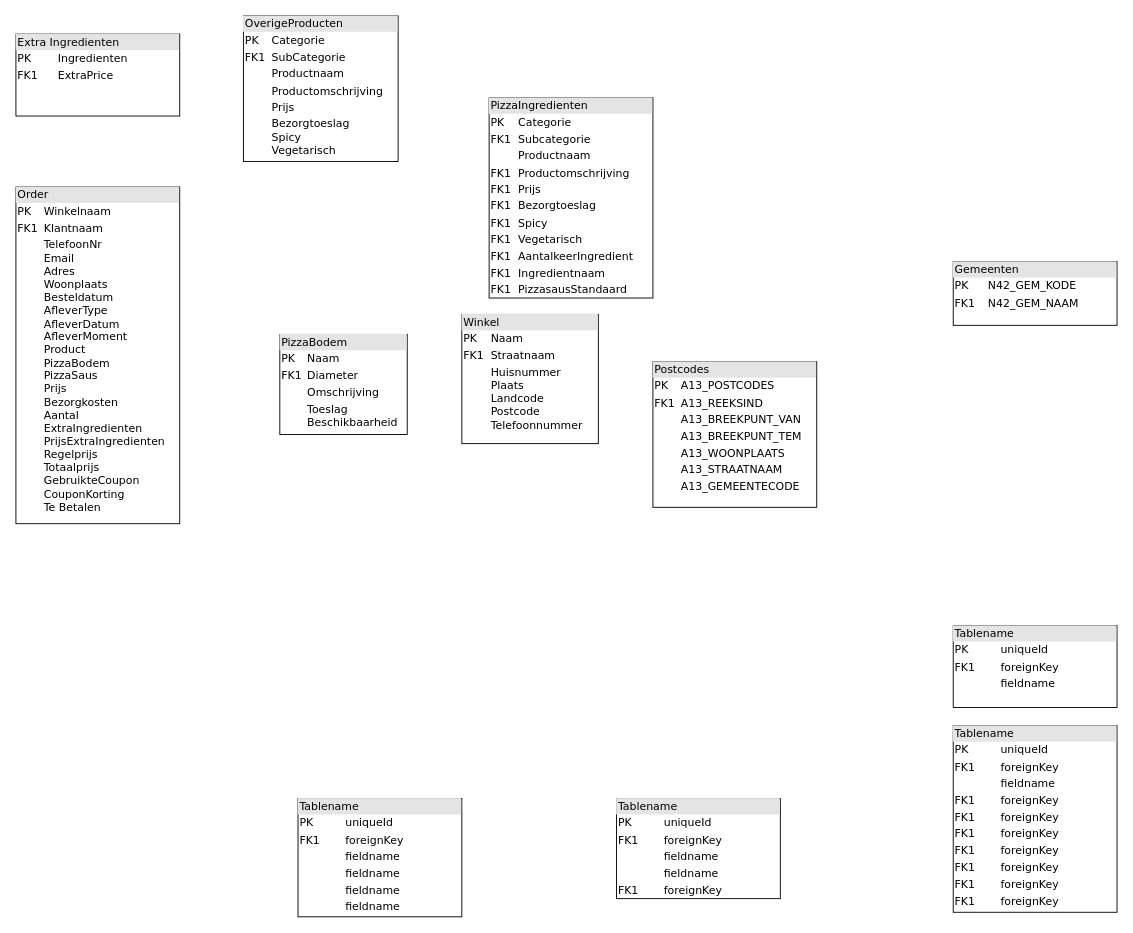
Above: DBO_huidige_situatie.drawio in SlatanEnLexSemester4/Mario-Pizza-Case (draw.io), before the change. Source tidied: cells renumbered, new cells numbered last; positions are measured from the earlier drawing's top-left corner, leaving out a move shared by most shapes. Both pictures are drawn from the tidied source at 91%, with x=0, y=0 at pixel (15, 15).
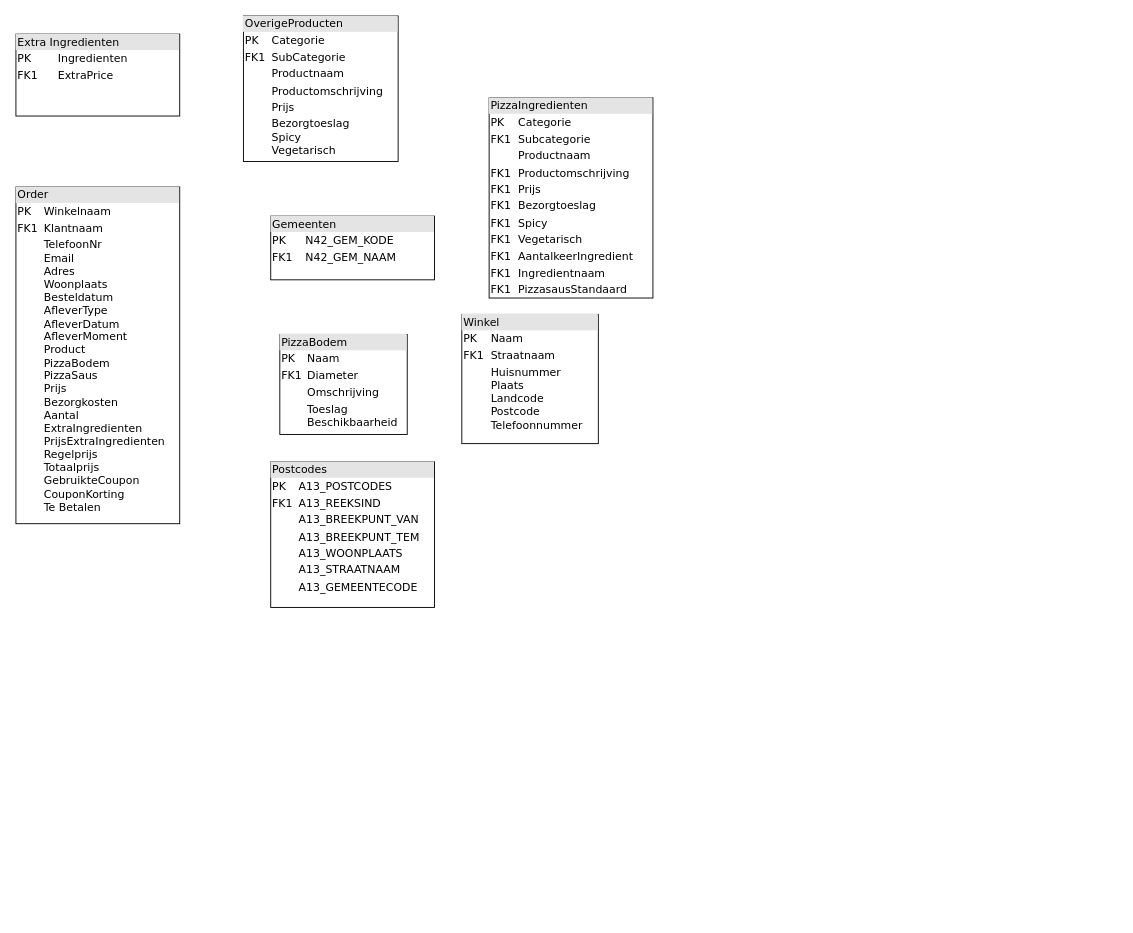
The same page after the edit.

What changed in the source:
```diff
@@
 <mxGraphModel background="#ffffff">
   <root>
     <mxCell id="0" />
     <mxCell id="1" parent="0" />
     <mxCell id="2" value="&lt;div style=&quot;box-sizing: border-box ; width: 100% ; background: #e4e4e4 ; padding: 2px&quot;&gt;Order&lt;/div&gt;&lt;table style=&quot;width: 100% ; font-size: 1em&quot; cellspacing=&quot;0&quot; cellpadding=&quot;2&quot;&gt;&lt;tbody&gt;&lt;tr&gt;&lt;td&gt;PK&lt;/td&gt;&lt;td&gt;Winkelnaam&lt;br&gt;&lt;/td&gt;&lt;/tr&gt;&lt;tr&gt;&lt;td&gt;FK1&lt;/td&gt;&lt;td&gt;Klantnaam&lt;br&gt;&lt;/td&gt;&lt;/tr&gt;&lt;tr&gt;&lt;td&gt;&lt;br&gt;&lt;/td&gt;&lt;td&gt;TelefoonNr&lt;br&gt;Email&lt;br&gt;Adres&lt;br&gt;Woonplaats&lt;br&gt;Besteldatum&lt;br&gt;AfleverType&lt;br&gt;AfleverDatum&lt;br&gt;AfleverMoment&lt;br&gt;Product&lt;br&gt;PizzaBodem&lt;br&gt;PizzaSaus&lt;br&gt;Prijs&lt;br&gt;Bezorgkosten&lt;br&gt;Aantal&lt;br&gt;ExtraIngredienten&lt;br&gt;PrijsExtraIngredienten&lt;br&gt;Regelprijs&lt;br&gt;Totaalprijs&lt;br&gt;GebruikteCoupon&lt;br&gt;CouponKorting&lt;br&gt;Te Betalen&lt;br&gt;&lt;br&gt;&lt;br&gt;&lt;br&gt;&lt;/td&gt;&lt;/tr&gt;&lt;/tbody&gt;&lt;/table&gt;" style="verticalAlign=top;align=left;overflow=fill;html=1;rounded=0;shadow=0;comic=0;labelBackgroundColor=none;strokeWidth=1;fontFamily=Verdana;fontSize=12;" parent="1" vertex="1">
       <mxGeometry y="188" width="180" height="370" as="geometry" />
     </mxCell>
     <mxCell id="3" value="&lt;div style=&quot;box-sizing: border-box ; width: 100% ; background: #e4e4e4 ; padding: 2px&quot;&gt;OverigeProducten&lt;br&gt;&lt;/div&gt;&lt;table style=&quot;width: 100% ; font-size: 1em&quot; cellspacing=&quot;0&quot; cellpadding=&quot;2&quot;&gt;&lt;tbody&gt;&lt;tr&gt;&lt;td&gt;PK&lt;/td&gt;&lt;td&gt;Categorie&lt;br&gt;&lt;/td&gt;&lt;/tr&gt;&lt;tr&gt;&lt;td&gt;FK1&lt;/td&gt;&lt;td&gt;SubCategorie&lt;br&gt;&lt;/td&gt;&lt;/tr&gt;&lt;tr&gt;&lt;td&gt;&lt;br&gt;&lt;/td&gt;&lt;td&gt;Productnaam&lt;br&gt;&lt;/td&gt;&lt;/tr&gt;&lt;tr&gt;&lt;td&gt;&lt;br&gt;&lt;/td&gt;&lt;td&gt;Productomschrijving&lt;br&gt;&lt;/td&gt;&lt;/tr&gt;&lt;tr&gt;&lt;td&gt;&lt;br&gt;&lt;/td&gt;&lt;td&gt;Prijs&lt;br&gt;&lt;/td&gt;&lt;/tr&gt;&lt;tr&gt;&lt;td&gt;&lt;br&gt;&lt;/td&gt;&lt;td&gt;Bezorgtoeslag&lt;br&gt;Spicy&lt;br&gt;Vegetarisch&lt;br&gt;&lt;/td&gt;&lt;/tr&gt;&lt;/tbody&gt;&lt;/table&gt;" style="verticalAlign=top;align=left;overflow=fill;html=1;rounded=0;shadow=0;comic=0;labelBackgroundColor=none;strokeWidth=1;fontFamily=Verdana;fontSize=12;" parent="1" vertex="1">
       <mxGeometry x="250" width="170" height="160" as="geometry" />
     </mxCell>
     <mxCell id="4" value="&lt;div style=&quot;box-sizing: border-box ; width: 100% ; background: #e4e4e4 ; padding: 2px&quot;&gt;PizzaBodem&lt;br&gt;&lt;/div&gt;&lt;table style=&quot;width: 100% ; font-size: 1em&quot; cellspacing=&quot;0&quot; cellpadding=&quot;2&quot;&gt;&lt;tbody&gt;&lt;tr&gt;&lt;td&gt;PK&lt;/td&gt;&lt;td&gt;Naam&lt;br&gt;&lt;/td&gt;&lt;/tr&gt;&lt;tr&gt;&lt;td&gt;FK1&lt;/td&gt;&lt;td&gt;Diameter&lt;br&gt;&lt;/td&gt;&lt;/tr&gt;&lt;tr&gt;&lt;td&gt;&lt;br&gt;&lt;/td&gt;&lt;td&gt;Omschrijving&lt;br&gt;&lt;/td&gt;&lt;/tr&gt;&lt;tr&gt;&lt;td&gt;&lt;br&gt;&lt;/td&gt;&lt;td&gt;Toeslag&lt;br&gt;Beschikbaarheid&lt;br&gt;&lt;/td&gt;&lt;/tr&gt;&lt;/tbody&gt;&lt;/table&gt;" style="verticalAlign=top;align=left;overflow=fill;html=1;rounded=0;shadow=0;comic=0;labelBackgroundColor=none;strokeWidth=1;fontFamily=Verdana;fontSize=12;" parent="1" vertex="1">
       <mxGeometry x="290" y="350" width="140" height="110" as="geometry" />
     </mxCell>
     <mxCell id="5" value="&lt;div style=&quot;box-sizing: border-box ; width: 100% ; background: #e4e4e4 ; padding: 2px&quot;&gt;Extra Ingredienten&lt;br&gt;&lt;/div&gt;&lt;table style=&quot;width: 100% ; font-size: 1em&quot; cellspacing=&quot;0&quot; cellpadding=&quot;2&quot;&gt;&lt;tbody&gt;&lt;tr&gt;&lt;td&gt;PK&lt;/td&gt;&lt;td&gt;Ingredienten&lt;br&gt;&lt;/td&gt;&lt;/tr&gt;&lt;tr&gt;&lt;td&gt;FK1&lt;/td&gt;&lt;td&gt;ExtraPrice&lt;br&gt;&lt;/td&gt;&lt;/tr&gt;&lt;tr&gt;&lt;td&gt;&lt;br&gt;&lt;/td&gt;&lt;td&gt;&lt;br&gt;&lt;/td&gt;&lt;/tr&gt;&lt;tr&gt;&lt;td&gt;&lt;br&gt;&lt;/td&gt;&lt;td&gt;&lt;br&gt;&lt;/td&gt;&lt;/tr&gt;&lt;/tbody&gt;&lt;/table&gt;" style="verticalAlign=top;align=left;overflow=fill;html=1;rounded=0;shadow=0;comic=0;labelBackgroundColor=none;strokeWidth=1;fontFamily=Verdana;fontSize=12;" parent="1" vertex="1">
       <mxGeometry y="20" width="180" height="90" as="geometry" />
     </mxCell>
     <mxCell id="6" value="&lt;div style=&quot;box-sizing: border-box ; width: 100% ; background: #e4e4e4 ; padding: 2px&quot;&gt;Winkel&lt;br&gt;&lt;/div&gt;&lt;table style=&quot;width: 100% ; font-size: 1em&quot; cellspacing=&quot;0&quot; cellpadding=&quot;2&quot;&gt;&lt;tbody&gt;&lt;tr&gt;&lt;td&gt;PK&lt;/td&gt;&lt;td&gt;Naam&lt;br&gt;&lt;/td&gt;&lt;/tr&gt;&lt;tr&gt;&lt;td&gt;FK1&lt;/td&gt;&lt;td&gt;Straatnaam&lt;br&gt;&lt;/td&gt;&lt;/tr&gt;&lt;tr&gt;&lt;td&gt;&lt;br&gt;&lt;/td&gt;&lt;td&gt;Huisnummer&lt;br&gt;Plaats&lt;br&gt;Landcode&lt;br&gt;Postcode&lt;br&gt;Telefoonnummer&lt;br&gt;&lt;/td&gt;&lt;/tr&gt;&lt;/tbody&gt;&lt;/table&gt;" style="verticalAlign=top;align=left;overflow=fill;html=1;rounded=0;shadow=0;comic=0;labelBackgroundColor=none;strokeWidth=1;fontFamily=Verdana;fontSize=12;" parent="1" vertex="1">
       <mxGeometry x="490" y="328" width="150" height="142" as="geometry" />
     </mxCell>
-    <mxCell id="7" value="&lt;div style=&quot;box-sizing: border-box ; width: 100% ; background: #e4e4e4 ; padding: 2px&quot;&gt;Tablename&lt;/div&gt;&lt;table style=&quot;width: 100% ; font-size: 1em&quot; cellpadding=&quot;2&quot; cellspacing=&quot;0&quot;&gt;&lt;tbody&gt;&lt;tr&gt;&lt;td&gt;PK&lt;/td&gt;&lt;td&gt;uniqueId&lt;/td&gt;&lt;/tr&gt;&lt;tr&gt;&lt;td&gt;FK1&lt;/td&gt;&lt;td&gt;foreignKey&lt;/td&gt;&lt;/tr&gt;&lt;tr&gt;&lt;td&gt;&lt;/td&gt;&lt;td&gt;fieldname&lt;/td&gt;&lt;/tr&gt;&lt;tr&gt;&lt;td&gt;FK1&lt;br&gt;&lt;/td&gt;&lt;td&gt;foreignKey&lt;br&gt;&lt;/td&gt;&lt;/tr&gt;&lt;tr&gt;&lt;td&gt;FK1&lt;br&gt;&lt;/td&gt;&lt;td&gt;foreignKey&lt;br&gt;&lt;/td&gt;&lt;/tr&gt;&lt;tr&gt;&lt;td&gt;FK1&lt;br&gt;&lt;/td&gt;&lt;td&gt;foreignKey&lt;br&gt;&lt;/td&gt;&lt;/tr&gt;&lt;tr&gt;&lt;td&gt;FK1&lt;br&gt;&lt;/td&gt;&lt;td&gt;foreignKey&lt;br&gt;&lt;/td&gt;&lt;/tr&gt;&lt;tr&gt;&lt;td&gt;FK1&lt;br&gt;&lt;/td&gt;&lt;td&gt;foreignKey&lt;br&gt;&lt;/td&gt;&lt;/tr&gt;&lt;tr&gt;&lt;td&gt;FK1&lt;br&gt;&lt;/td&gt;&lt;td&gt;foreignKey&lt;br&gt;&lt;/td&gt;&lt;/tr&gt;&lt;tr&gt;&lt;td&gt;FK1&lt;br&gt;&lt;/td&gt;&lt;td&gt;foreignKey&lt;br&gt;&lt;/td&gt;&lt;/tr&gt;&lt;/tbody&gt;&lt;/table&gt;" style="verticalAlign=top;align=left;overflow=fill;html=1;rounded=0;shadow=0;comic=0;labelBackgroundColor=none;strokeWidth=1;fontFamily=Verdana;fontSize=12;" parent="1" vertex="1">
-      <mxGeometry x="1030" y="780" width="180" height="205" as="geometry" />
-    </mxCell>
-    <mxCell id="8" value="&lt;div style=&quot;box-sizing: border-box ; width: 100% ; background: #e4e4e4 ; padding: 2px&quot;&gt;Tablename&lt;/div&gt;&lt;table style=&quot;width: 100% ; font-size: 1em&quot; cellpadding=&quot;2&quot; cellspacing=&quot;0&quot;&gt;&lt;tbody&gt;&lt;tr&gt;&lt;td&gt;PK&lt;/td&gt;&lt;td&gt;uniqueId&lt;/td&gt;&lt;/tr&gt;&lt;tr&gt;&lt;td&gt;FK1&lt;/td&gt;&lt;td&gt;foreignKey&lt;/td&gt;&lt;/tr&gt;&lt;tr&gt;&lt;td&gt;&lt;/td&gt;&lt;td&gt;fieldname&lt;/td&gt;&lt;/tr&gt;&lt;tr&gt;&lt;td&gt;&lt;br&gt;&lt;/td&gt;&lt;td&gt;fieldname&lt;br&gt;&lt;/td&gt;&lt;/tr&gt;&lt;tr&gt;&lt;td&gt;FK1&lt;br&gt;&lt;/td&gt;&lt;td&gt;foreignKey&lt;br&gt;&lt;/td&gt;&lt;/tr&gt;&lt;/tbody&gt;&lt;/table&gt;" style="verticalAlign=top;align=left;overflow=fill;html=1;rounded=0;shadow=0;comic=0;labelBackgroundColor=none;strokeWidth=1;fontFamily=Verdana;fontSize=12;" parent="1" vertex="1">
-      <mxGeometry x="660" y="860" width="180" height="110" as="geometry" />
-    </mxCell>
     <mxCell id="9" value="&lt;div style=&quot;box-sizing: border-box ; width: 100% ; background: #e4e4e4 ; padding: 2px&quot;&gt;PizzaIngredienten&lt;br&gt;&lt;/div&gt;&lt;table style=&quot;width: 100% ; font-size: 1em&quot; cellspacing=&quot;0&quot; cellpadding=&quot;2&quot;&gt;&lt;tbody&gt;&lt;tr&gt;&lt;td&gt;PK&lt;/td&gt;&lt;td&gt;Categorie&lt;br&gt;&lt;/td&gt;&lt;/tr&gt;&lt;tr&gt;&lt;td&gt;FK1&lt;/td&gt;&lt;td&gt;Subcategorie&lt;br&gt;&lt;/td&gt;&lt;/tr&gt;&lt;tr&gt;&lt;td&gt;&lt;br&gt;&lt;/td&gt;&lt;td&gt;Productnaam&lt;br&gt;&lt;/td&gt;&lt;/tr&gt;&lt;tr&gt;&lt;td&gt;FK1&lt;br&gt;&lt;/td&gt;&lt;td&gt;Productomschrijving&lt;br&gt;&lt;/td&gt;&lt;/tr&gt;&lt;tr&gt;&lt;td&gt;FK1&lt;br&gt;&lt;/td&gt;&lt;td&gt;Prijs&lt;br&gt;&lt;/td&gt;&lt;/tr&gt;&lt;tr&gt;&lt;td&gt;FK1&lt;br&gt;&lt;/td&gt;&lt;td&gt;Bezorgtoeslag&lt;br&gt;&lt;/td&gt;&lt;/tr&gt;&lt;tr&gt;&lt;td&gt;FK1&lt;br&gt;&lt;/td&gt;&lt;td&gt;Spicy&lt;br&gt;&lt;/td&gt;&lt;/tr&gt;&lt;tr&gt;&lt;td&gt;FK1&lt;br&gt;&lt;/td&gt;&lt;td&gt;Vegetarisch&lt;br&gt;&lt;/td&gt;&lt;/tr&gt;&lt;tr&gt;&lt;td&gt;FK1&lt;br&gt;&lt;/td&gt;&lt;td&gt;AantalkeerIngredient&lt;br&gt;&lt;/td&gt;&lt;/tr&gt;&lt;tr&gt;&lt;td&gt;FK1&lt;br&gt;&lt;/td&gt;&lt;td&gt;Ingredientnaam&lt;br&gt;&lt;/td&gt;&lt;/tr&gt;&lt;tr&gt;&lt;td&gt;FK1&lt;br&gt;&lt;/td&gt;&lt;td&gt;PizzasausStandaard&lt;br&gt;&lt;/td&gt;&lt;/tr&gt;&lt;tr&gt;&lt;td&gt;&lt;br&gt;&lt;/td&gt;&lt;td&gt;&lt;br&gt;&lt;/td&gt;&lt;/tr&gt;&lt;tr&gt;&lt;td&gt;&lt;br&gt;&lt;/td&gt;&lt;td&gt;&lt;br&gt;&lt;/td&gt;&lt;/tr&gt;&lt;tr&gt;&lt;td&gt;&lt;br&gt;&lt;/td&gt;&lt;td&gt;&lt;br&gt;&lt;/td&gt;&lt;/tr&gt;&lt;tr&gt;&lt;td&gt;&lt;br&gt;&lt;/td&gt;&lt;td&gt;&lt;br&gt;&lt;/td&gt;&lt;/tr&gt;&lt;tr&gt;&lt;td&gt;&lt;br&gt;&lt;/td&gt;&lt;td&gt;&lt;br&gt;&lt;/td&gt;&lt;/tr&gt;&lt;tr&gt;&lt;td&gt;&lt;br&gt;&lt;/td&gt;&lt;td&gt;&lt;br&gt;&lt;/td&gt;&lt;/tr&gt;&lt;/tbody&gt;&lt;/table&gt;" style="verticalAlign=top;align=left;overflow=fill;html=1;rounded=0;shadow=0;comic=0;labelBackgroundColor=none;strokeWidth=1;fontFamily=Verdana;fontSize=12;" parent="1" vertex="1">
       <mxGeometry x="520" y="90" width="180" height="220" as="geometry" />
     </mxCell>
-    <mxCell id="10" value="&lt;div style=&quot;box-sizing:border-box;width:100%;background:#e4e4e4;padding:2px;&quot;&gt;Tablename&lt;/div&gt;&lt;table style=&quot;width:100%;font-size:1em;&quot; cellpadding=&quot;2&quot; cellspacing=&quot;0&quot;&gt;&lt;tr&gt;&lt;td&gt;PK&lt;/td&gt;&lt;td&gt;uniqueId&lt;/td&gt;&lt;/tr&gt;&lt;tr&gt;&lt;td&gt;FK1&lt;/td&gt;&lt;td&gt;foreignKey&lt;/td&gt;&lt;/tr&gt;&lt;tr&gt;&lt;td&gt;&lt;/td&gt;&lt;td&gt;fieldname&lt;/td&gt;&lt;/tr&gt;&lt;/table&gt;" style="verticalAlign=top;align=left;overflow=fill;html=1;rounded=0;shadow=0;comic=0;labelBackgroundColor=none;strokeWidth=1;fontFamily=Verdana;fontSize=12;" parent="1" vertex="1">
-      <mxGeometry x="1030" y="670" width="180" height="90" as="geometry" />
-    </mxCell>
     <mxCell id="11" value="&lt;div style=&quot;box-sizing: border-box ; width: 100% ; background: #e4e4e4 ; padding: 2px&quot;&gt;Postcodes&lt;br&gt;&lt;/div&gt;&lt;table style=&quot;width: 100% ; font-size: 1em&quot; cellspacing=&quot;0&quot; cellpadding=&quot;2&quot;&gt;&lt;tbody&gt;&lt;tr&gt;&lt;td&gt;PK&lt;/td&gt;&lt;td&gt;A13_POSTCODES&lt;br&gt;&lt;/td&gt;&lt;/tr&gt;&lt;tr&gt;&lt;td&gt;FK1&lt;/td&gt;&lt;td&gt;A13_REEKSIND&lt;br&gt;&lt;/td&gt;&lt;/tr&gt;&lt;tr&gt;&lt;td&gt;&lt;br&gt;&lt;/td&gt;&lt;td&gt;A13_BREEKPUNT_VAN&lt;br&gt;&lt;/td&gt;&lt;/tr&gt;&lt;tr&gt;&lt;td&gt;&lt;br&gt;&lt;/td&gt;&lt;td&gt;A13_BREEKPUNT_TEM&lt;br&gt;&lt;/td&gt;&lt;/tr&gt;&lt;tr&gt;&lt;td&gt;&lt;br&gt;&lt;/td&gt;&lt;td&gt;A13_WOONPLAATS&lt;br&gt;&lt;/td&gt;&lt;/tr&gt;&lt;tr&gt;&lt;td&gt;&lt;br&gt;&lt;/td&gt;&lt;td&gt;A13_STRAATNAAM&lt;br&gt;&lt;/td&gt;&lt;/tr&gt;&lt;tr&gt;&lt;td&gt;&lt;br&gt;&lt;/td&gt;&lt;td&gt;A13_GEMEENTECODE&lt;br&gt;&lt;/td&gt;&lt;/tr&gt;&lt;tr&gt;&lt;td&gt;&lt;br&gt;&lt;/td&gt;&lt;td&gt;&lt;br&gt;&lt;/td&gt;&lt;/tr&gt;&lt;tr&gt;&lt;td&gt;&lt;br&gt;&lt;/td&gt;&lt;td&gt;&lt;br&gt;&lt;/td&gt;&lt;/tr&gt;&lt;tr&gt;&lt;td&gt;&lt;br&gt;&lt;/td&gt;&lt;td&gt;&lt;br&gt;&lt;/td&gt;&lt;/tr&gt;&lt;tr&gt;&lt;td&gt;&lt;br&gt;&lt;/td&gt;&lt;td&gt;&lt;br&gt;&lt;/td&gt;&lt;/tr&gt;&lt;tr&gt;&lt;td&gt;&lt;br&gt;&lt;/td&gt;&lt;td&gt;&lt;br&gt;&lt;/td&gt;&lt;/tr&gt;&lt;/tbody&gt;&lt;/table&gt;" style="verticalAlign=top;align=left;overflow=fill;html=1;rounded=0;shadow=0;comic=0;labelBackgroundColor=none;strokeWidth=1;fontFamily=Verdana;fontSize=12;" parent="1" vertex="1">
-      <mxGeometry x="700" y="380" width="180" height="160" as="geometry" />
+      <mxGeometry x="280" y="490" width="180" height="160" as="geometry" />
     </mxCell>
     <mxCell id="12" value="&lt;div style=&quot;box-sizing: border-box ; width: 100% ; background: #e4e4e4 ; padding: 2px&quot;&gt;Gemeenten&lt;br&gt;&lt;/div&gt;&lt;table style=&quot;width: 100% ; font-size: 1em&quot; cellspacing=&quot;0&quot; cellpadding=&quot;2&quot;&gt;&lt;tbody&gt;&lt;tr&gt;&lt;td&gt;PK&lt;/td&gt;&lt;td&gt;N42_GEM_KODE&lt;br&gt;&lt;/td&gt;&lt;/tr&gt;&lt;tr&gt;&lt;td&gt;FK1&lt;/td&gt;&lt;td&gt;N42_GEM_NAAM&lt;br&gt;&lt;/td&gt;&lt;/tr&gt;&lt;tr&gt;&lt;td&gt;&lt;br&gt;&lt;/td&gt;&lt;td&gt;&lt;br&gt;&lt;/td&gt;&lt;/tr&gt;&lt;/tbody&gt;&lt;/table&gt;" style="verticalAlign=top;align=left;overflow=fill;html=1;rounded=0;shadow=0;comic=0;labelBackgroundColor=none;strokeWidth=1;fontFamily=Verdana;fontSize=12;" parent="1" vertex="1">
-      <mxGeometry x="1030" y="270" width="180" height="70" as="geometry" />
+      <mxGeometry x="280" y="220" width="180" height="70" as="geometry" />
     </mxCell>
-    <mxCell id="13" value="&lt;div style=&quot;box-sizing: border-box ; width: 100% ; background: #e4e4e4 ; padding: 2px&quot;&gt;Tablename&lt;/div&gt;&lt;table style=&quot;width: 100% ; font-size: 1em&quot; cellpadding=&quot;2&quot; cellspacing=&quot;0&quot;&gt;&lt;tbody&gt;&lt;tr&gt;&lt;td&gt;PK&lt;/td&gt;&lt;td&gt;uniqueId&lt;/td&gt;&lt;/tr&gt;&lt;tr&gt;&lt;td&gt;FK1&lt;/td&gt;&lt;td&gt;foreignKey&lt;/td&gt;&lt;/tr&gt;&lt;tr&gt;&lt;td&gt;&lt;/td&gt;&lt;td&gt;fieldname&lt;/td&gt;&lt;/tr&gt;&lt;tr&gt;&lt;td&gt;&lt;br&gt;&lt;/td&gt;&lt;td&gt;fieldname&lt;br&gt;&lt;/td&gt;&lt;/tr&gt;&lt;tr&gt;&lt;td&gt;&lt;br&gt;&lt;/td&gt;&lt;td&gt;fieldname&lt;br&gt;&lt;/td&gt;&lt;/tr&gt;&lt;tr&gt;&lt;td&gt;&lt;br&gt;&lt;/td&gt;&lt;td&gt;fieldname&lt;br&gt;&lt;/td&gt;&lt;/tr&gt;&lt;/tbody&gt;&lt;/table&gt;" style="verticalAlign=top;align=left;overflow=fill;html=1;rounded=0;shadow=0;comic=0;labelBackgroundColor=none;strokeWidth=1;fontFamily=Verdana;fontSize=12;" parent="1" vertex="1">
-      <mxGeometry x="310" y="860" width="180" height="130" as="geometry" />
-    </mxCell>
   </root>
 </mxGraphModel>
```
